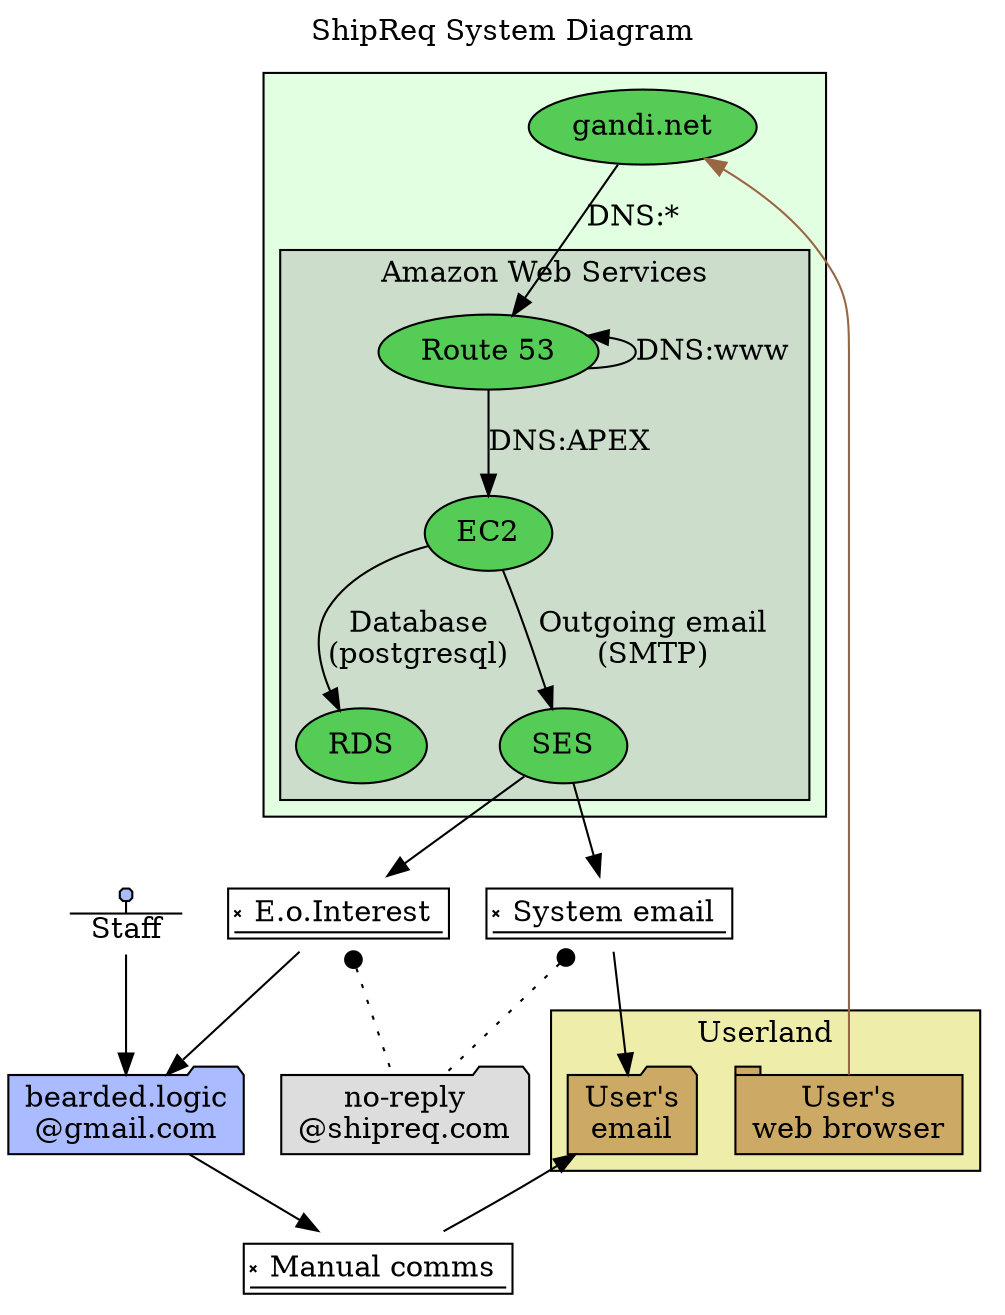
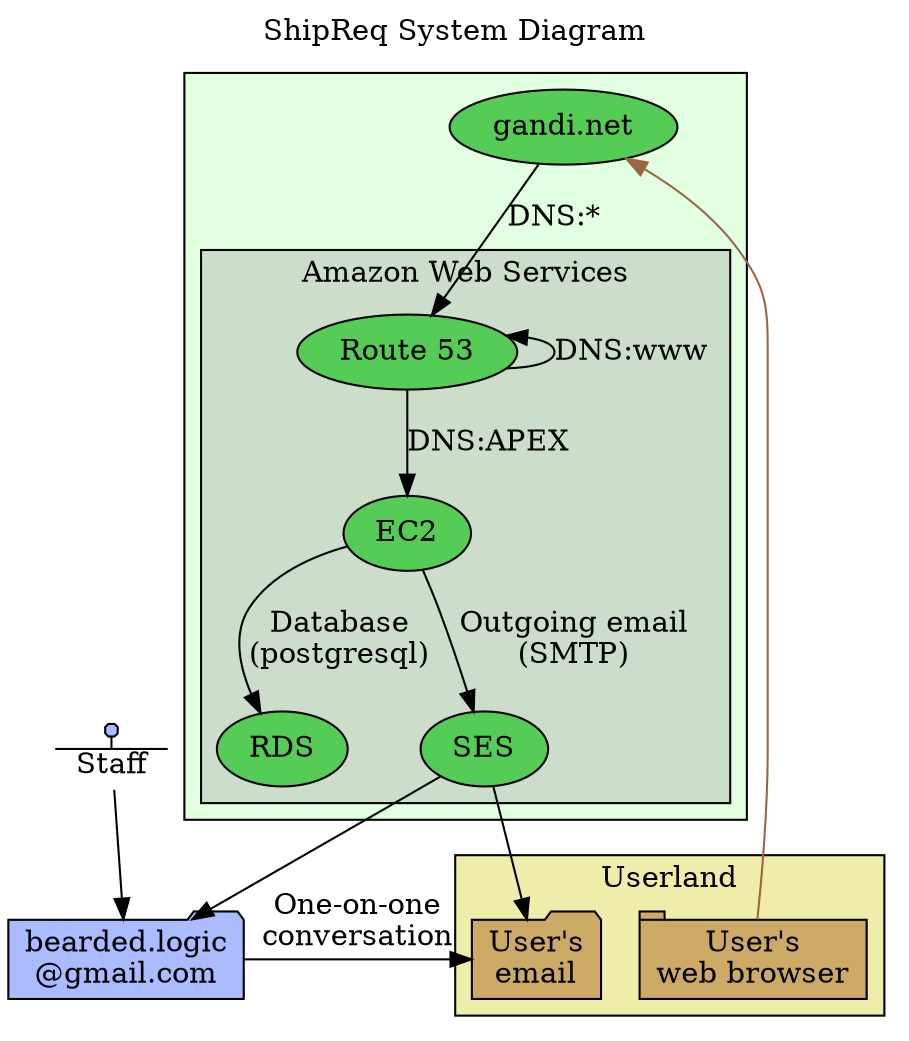
digraph G {
  compound=true
  labelloc=t
  label="ShipReq System Diagram"

  // -----------------------------------------------------------------------------------------------

  me [shape=proteinstab style=filled fillcolor="#aabbff" label="\nStaff"]

  { node[shape=folder style=filled]
    eaddr_blogic [label="bearded.logic\n@gmail.com" fillcolor="#aabbff"]
-     eaddr_webapp [label="no-reply\n@shipreq.com" fillcolor="#dddddd"]
-   }
- 
-   { node[shape=signature]
-     email_eoi [label=" E.o.Interest"]
-     email_sys [label=" System email"]
-     email_man [label=" Manual comms"]
  }

  subgraph cluster_usr {
    style=filled
    fillcolor="#eeeeaa"
    node [style=filled fillcolor="#ccaa66"]

    label="Userland"
    usr_web [label="User's\nweb browser" shape=tab]
    usr_email [label="User's\nemail" shape=folder]
  }

  subgraph cluster_net {
    style=filled
    fillcolor="#e2ffe2"
    node [style=filled fillcolor="#55cc55"]
    label=""

    gandi [label="gandi.net"]

    subgraph cluster_aws {
      fillcolor="#ccddcc"
      // node[shape=rect]
      label="Amazon Web Services"
      aws_r53 [label="Route 53"]
      aws_ec2 [label="EC2"]
      aws_rds [label="RDS"]
      aws_ses [label="SES"]
    }
  }

  // -----------------------------------------------------------------------------------------------

  usr_web -> gandi [color="#996644"]
  gandi -> aws_r53 [label="DNS:*"]
  aws_r53 -> aws_r53 [label="DNS:www" dir=back]
  aws_r53 -> aws_ec2 [label="DNS:APEX"]
  aws_ec2 -> aws_rds [label="Database\n(postgresql)"]
  aws_ec2 -> aws_ses [label="Outgoing email\n(SMTP)"]
- 
-   aws_ses -> email_eoi -> eaddr_blogic
-   email_eoi -> eaddr_webapp [dir=back arrowtail=dot style=dotted]
- 
-   aws_ses -> email_sys -> usr_email
-   email_sys -> eaddr_webapp [dir=back arrowtail=dot style=dotted]
- 
-   eaddr_blogic -> email_man -> usr_email
- 
+   aws_ses -> {eaddr_blogic; usr_email}
+   eaddr_blogic -> usr_email [label="One-on-one\nconversation"]
  me -> eaddr_blogic
}
